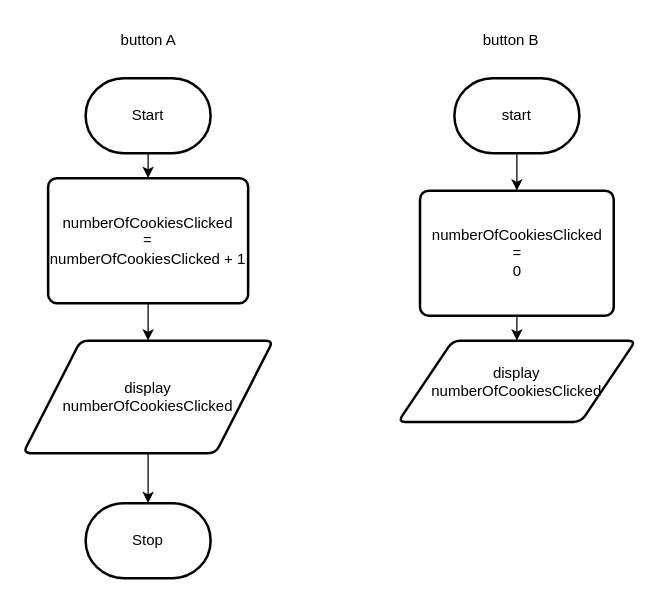
Earlier version of the draw.io diagram design/flowchart.drawio (MTHS-TEJ2O-1-2023/TEJ2O-Unit-2-07-michael-bruneau). Source tidied: cells renumbered, new cells numbered last; positions are measured from the earlier drawing's top-left corner, leaving out a move shared by most shapes. Both pictures are drawn from the tidied source at 125%, with x=0, y=0 at pixel (22, 21).
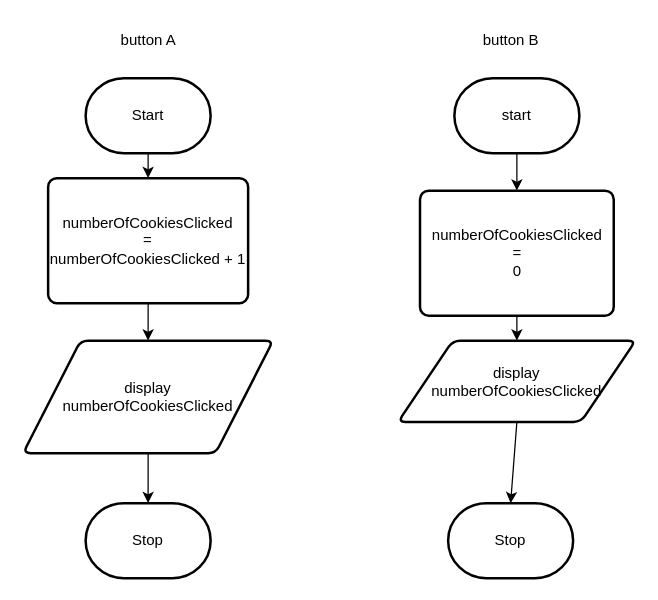
The same page after the edit.

What changed in the source:
```diff
@@
 <mxGraphModel>
   <root>
     <mxCell id="0" />
     <mxCell id="1" parent="0" />
     <mxCell id="2" style="edgeStyle=none;html=1;exitX=0.5;exitY=1;exitDx=0;exitDy=0;exitPerimeter=0;" parent="1" edge="1" source="3" target="6">
       <mxGeometry relative="1" as="geometry" />
     </mxCell>
     <mxCell id="3" value="Start" style="strokeWidth=2;html=1;shape=mxgraph.flowchart.terminator;whiteSpace=wrap;" parent="1" vertex="1">
       <mxGeometry x="50" y="45" width="100" height="60" as="geometry" />
     </mxCell>
     <mxCell id="4" value="Stop" style="strokeWidth=2;html=1;shape=mxgraph.flowchart.terminator;whiteSpace=wrap;" parent="1" vertex="1">
       <mxGeometry x="50" y="385" width="100" height="60" as="geometry" />
     </mxCell>
     <mxCell id="5" style="edgeStyle=none;html=1;exitX=0.5;exitY=1;exitDx=0;exitDy=0;entryX=0.5;entryY=0;entryDx=0;entryDy=0;" parent="1" edge="1" source="6" target="8">
       <mxGeometry relative="1" as="geometry" />
     </mxCell>
     <mxCell id="6" value="numberOfCookiesClicked&lt;br&gt;=&lt;br&gt;numberOfCookiesClicked + 1" style="rounded=1;whiteSpace=wrap;html=1;absoluteArcSize=1;arcSize=14;strokeWidth=2;" parent="1" vertex="1">
       <mxGeometry x="20" y="125" width="160" height="100" as="geometry" />
     </mxCell>
     <mxCell id="7" style="edgeStyle=none;html=1;exitX=0.5;exitY=1;exitDx=0;exitDy=0;entryX=0.5;entryY=0;entryDx=0;entryDy=0;entryPerimeter=0;" parent="1" edge="1" source="8" target="4">
       <mxGeometry relative="1" as="geometry" />
     </mxCell>
     <mxCell id="8" value="display&lt;br&gt;numberOfCookiesClicked" style="shape=parallelogram;html=1;strokeWidth=2;perimeter=parallelogramPerimeter;whiteSpace=wrap;rounded=1;arcSize=12;size=0.23;" parent="1" vertex="1">
       <mxGeometry y="255" width="200" height="90" as="geometry" />
     </mxCell>
     <mxCell id="9" style="edgeStyle=none;html=1;exitX=0.5;exitY=1;exitDx=0;exitDy=0;exitPerimeter=0;entryX=0.5;entryY=0;entryDx=0;entryDy=0;" parent="1" edge="1" source="10" target="14">
       <mxGeometry relative="1" as="geometry" />
     </mxCell>
     <mxCell id="10" value="start" style="strokeWidth=2;html=1;shape=mxgraph.flowchart.terminator;whiteSpace=wrap;" parent="1" vertex="1">
       <mxGeometry x="345" y="45" width="100" height="60" as="geometry" />
     </mxCell>
     <mxCell id="11" value="button A" style="text;html=1;align=center;verticalAlign=middle;strokeColor=none;fillColor=none;" parent="1" vertex="1">
       <mxGeometry x="65" width="70" height="30" as="geometry" />
     </mxCell>
     <mxCell id="12" value="button B" style="text;html=1;align=center;verticalAlign=middle;strokeColor=none;fillColor=none;" parent="1" vertex="1">
       <mxGeometry x="355" width="70" height="30" as="geometry" />
     </mxCell>
     <mxCell id="13" style="edgeStyle=none;html=1;exitX=0.5;exitY=1;exitDx=0;exitDy=0;entryX=0.5;entryY=0;entryDx=0;entryDy=0;" parent="1" edge="1" source="14" target="15">
       <mxGeometry relative="1" as="geometry" />
     </mxCell>
     <mxCell id="14" value="numberOfCookiesClicked&lt;br&gt;=&lt;br&gt;0" style="rounded=1;whiteSpace=wrap;html=1;absoluteArcSize=1;arcSize=14;strokeWidth=2;" parent="1" vertex="1">
       <mxGeometry x="317.5" y="135" width="155" height="100" as="geometry" />
     </mxCell>
+    <mxCell id="16" style="edgeStyle=none;html=1;exitX=0.5;exitY=1;exitDx=0;exitDy=0;entryX=0.5;entryY=0;entryDx=0;entryDy=0;entryPerimeter=0;" parent="1" edge="1" source="15" target="17">
+      <mxGeometry relative="1" as="geometry" />
+    </mxCell>
     <mxCell id="15" value="display&lt;br&gt;numberOfCookiesClicked" style="shape=parallelogram;html=1;strokeWidth=2;perimeter=parallelogramPerimeter;whiteSpace=wrap;rounded=1;arcSize=12;size=0.23;" parent="1" vertex="1">
       <mxGeometry x="300" y="255" width="190" height="65" as="geometry" />
     </mxCell>
+    <mxCell id="17" value="Stop" style="strokeWidth=2;html=1;shape=mxgraph.flowchart.terminator;whiteSpace=wrap;" parent="1" vertex="1">
+      <mxGeometry x="340" y="385" width="100" height="60" as="geometry" />
+    </mxCell>
   </root>
 </mxGraphModel>
```
